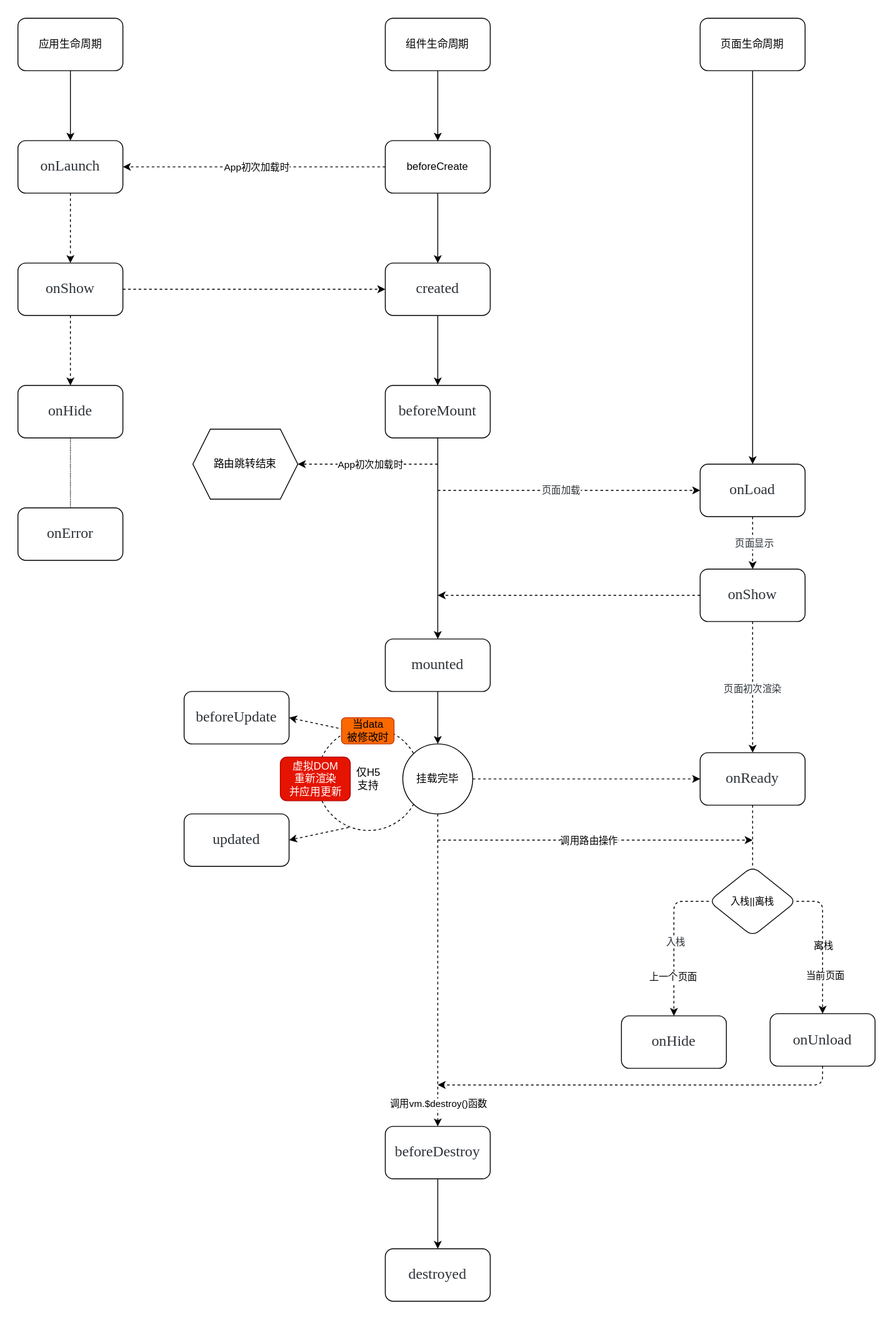
The draw.io diagram -附件-/drawio/UniApp生命周期.drawio.svg in FourteenDP/Note, before a commit. Source tidied: cells renumbered, new cells last; positions are measured from the earlier drawing's top-left corner, leaving out a move shared by most shapes.
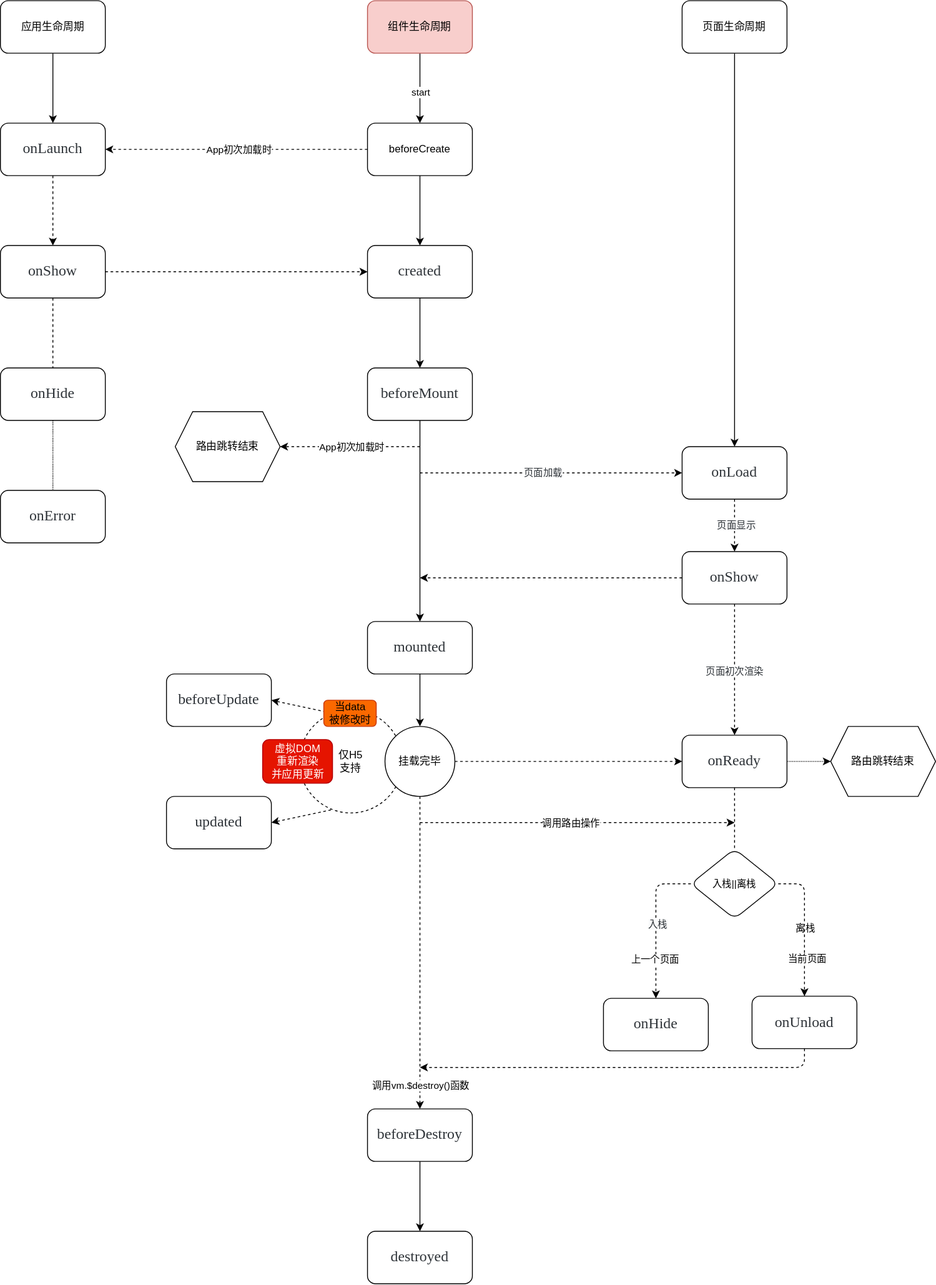
The same file after the commit.

What changed in the source:
```diff
@@ -13,7 +13,12 @@
     <mxCell id="3" style="edgeStyle=elbowEdgeStyle;rounded=1;jettySize=auto;html=1;labelBackgroundColor=none;" parent="1" edge="1" source="4" target="8">
       <mxGeometry relative="1" as="geometry" />
     </mxCell>
+    <mxCell id="68" value="start" style="edgeLabel;html=1;align=center;verticalAlign=middle;" parent="3" vertex="1">
+      <mxGeometry x="0.1" y="-1" relative="1" as="geometry">
+        <mxPoint x="1" as="offset" />
+      </mxGeometry>
+    </mxCell>
-    <mxCell id="4" value="组件生命周期" style="rounded=1;whiteSpace=wrap;html=1;labelBackgroundColor=none;" parent="1" vertex="1">
+    <mxCell id="4" value="组件生命周期" style="rounded=1;whiteSpace=wrap;html=1;labelBackgroundColor=none;fillColor=#f8cecc;strokeColor=#b85450;" parent="1" vertex="1">
       <mxGeometry x="420" width="120" height="60" as="geometry" />
     </mxCell>
     <mxCell id="5" style="edgeStyle=elbowEdgeStyle;rounded=1;jettySize=auto;html=1;labelBackgroundColor=none;" parent="1" edge="1" source="8" target="10">
@@ -64,7 +69,7 @@
     <mxCell id="20" value="&lt;span style=&quot;color: rgb(46, 51, 56); font-family: 微软雅黑; font-size: 17px; text-align: justify;&quot;&gt;onLaunch&lt;/span&gt;" style="whiteSpace=wrap;html=1;rounded=1;flipV=0;labelBackgroundColor=none;" parent="1" vertex="1">
       <mxGeometry y="140" width="120" height="60" as="geometry" />
     </mxCell>
-    <mxCell id="21" style="edgeStyle=elbowEdgeStyle;rounded=1;jettySize=auto;html=1;labelBackgroundColor=none;dashed=1;" parent="1" edge="1" source="23" target="25">
+    <mxCell id="21" style="edgeStyle=elbowEdgeStyle;rounded=1;jettySize=auto;html=1;labelBackgroundColor=none;dashed=1;endArrow=none;endFill=0;" parent="1" edge="1" source="23" target="25">
       <mxGeometry relative="1" as="geometry" />
     </mxCell>
     <mxCell id="22" style="edgeStyle=elbowEdgeStyle;rounded=1;jettySize=auto;html=1;exitX=1;exitY=0.5;exitDx=0;exitDy=0;entryX=0;entryY=0.5;entryDx=0;entryDy=0;dashed=1;labelBackgroundColor=none;fontColor=default;" parent="1" edge="1" source="23" target="10">
@@ -127,6 +132,9 @@
     <mxCell id="39" style="edgeStyle=none;rounded=1;jettySize=auto;html=1;exitX=0.5;exitY=1;exitDx=0;exitDy=0;dashed=1;labelBackgroundColor=none;fontSize=11;fontColor=default;endArrow=none;endFill=0;strokeColor=default;elbow=vertical;entryX=0.5;entryY=0;entryDx=0;entryDy=0;" parent="1" edge="1" source="40" target="65">
       <mxGeometry relative="1" as="geometry" />
     </mxCell>
+    <mxCell id="69" style="edgeStyle=orthogonalEdgeStyle;rounded=0;jettySize=auto;html=1;exitX=1;exitY=0.5;exitDx=0;exitDy=0;entryX=0;entryY=0.5;entryDx=0;entryDy=0;dashed=1;dashPattern=1 1;endArrow=classic;endFill=1;" parent="1" edge="1" source="40" target="70">
+      <mxGeometry relative="1" as="geometry" />
+    </mxCell>
     <mxCell id="40" value="&lt;span style=&quot;color: rgb(46, 51, 56); font-family: 微软雅黑; font-size: 17px; text-align: justify;&quot;&gt;onReady&lt;/span&gt;" style="whiteSpace=wrap;html=1;rounded=1;labelBackgroundColor=none;labelBorderColor=none;sketch=0;" parent="1" vertex="1">
       <mxGeometry x="780" y="840" width="120" height="60" as="geometry" />
     </mxCell>
@@ -233,5 +241,8 @@
         <mxPoint x="4" y="3" as="offset" />
       </mxGeometry>
     </mxCell>
+    <mxCell id="70" value="&lt;span style=&quot;&quot;&gt;路由跳转结束&lt;/span&gt;" style="shape=hexagon;perimeter=hexagonPerimeter2;whiteSpace=wrap;html=1;fixedSize=1;" parent="1" vertex="1">
+      <mxGeometry x="950" y="830" width="120" height="80" as="geometry" />
+    </mxCell>
   </root>
 </mxGraphModel>
```
